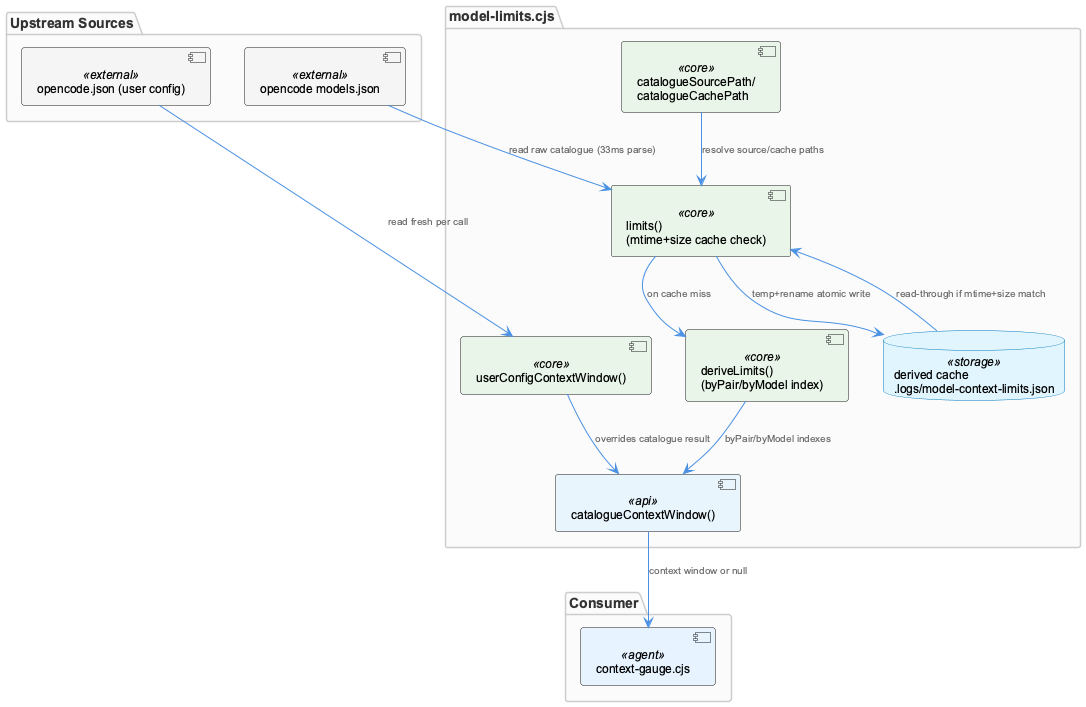
Above: knowledge-management/insights/images/model-context-limits-architecture.png in fwornle/coding (PlantUML), before the change. Source of this version:
```plantuml
@startuml
!include /Users/Q284340/Agentic/coding/docs/puml/_standard-style.puml

package "Upstream Sources" {
  component "opencode models.json" as modelsJson <<external>>
  component "opencode.json (user config)" as userConfig <<external>>
}

package "model-limits.cjs" {
  component "catalogueSourcePath/\ncatalogueCachePath" as paths <<core>>
  component "deriveLimits()\n(byPair/byModel index)" as derive <<core>>
  component "userConfigContextWindow()" as userWindow <<core>>
  component "limits()\n(mtime+size cache check)" as limitsFn <<core>>
  component "catalogueContextWindow()" as publicApi <<api>>
  database "derived cache\n.logs/model-context-limits.json" as cacheFile <<storage>>
}

package "Consumer" {
  component "context-gauge.cjs" as gauge <<agent>>
}

paths --> limitsFn : "resolve source/cache paths"
modelsJson --> limitsFn : "read raw catalogue (33ms parse)"
limitsFn --> cacheFile : "temp+rename atomic write"
cacheFile --> limitsFn : "read-through if mtime+size match"
limitsFn --> derive : "on cache miss"
derive --> publicApi : "byPair/byModel indexes"
userConfig --> userWindow : "read fresh per call"
userWindow --> publicApi : "overrides catalogue result"
publicApi --> gauge : "context window or null"

@enduml
```
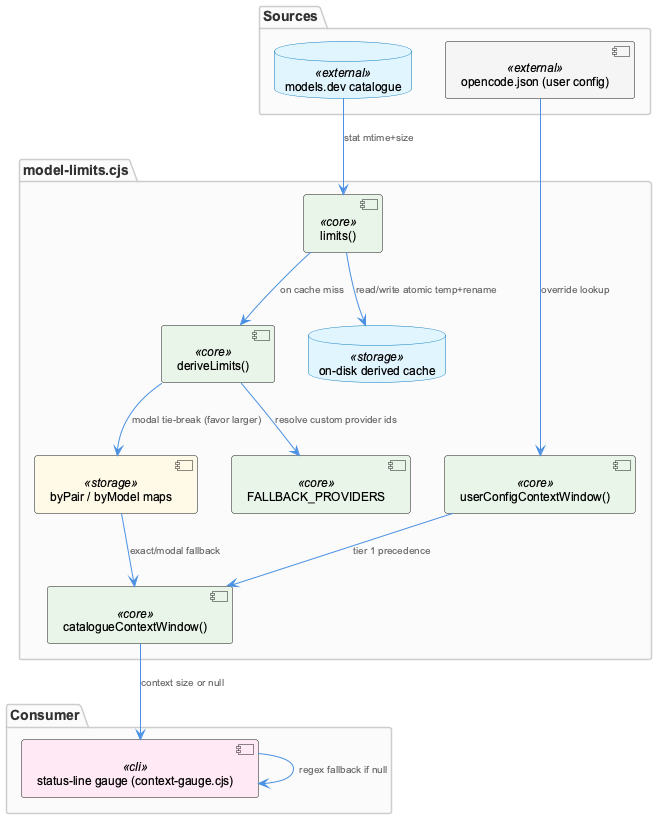
The same file after the commit.

Diff of the diagram source:
```diff
@@ -1,32 +1,36 @@
 @startuml
 !include /Users/Q284340/Agentic/coding/docs/puml/_standard-style.puml
 
-package "Upstream Sources" {
-  component "opencode models.json" as modelsJson <<external>>
-  component "opencode.json (user config)" as userConfig <<external>>
+package "Sources" {
+  database "models.dev catalogue" as catalogue <<external>>
+  component "opencode.json (user config)" as userconfig <<external>>
 }
 
 package "model-limits.cjs" {
-  component "catalogueSourcePath/\ncatalogueCachePath" as paths <<core>>
-  component "deriveLimits()\n(byPair/byModel index)" as derive <<core>>
-  component "userConfigContextWindow()" as userWindow <<core>>
-  component "limits()\n(mtime+size cache check)" as limitsFn <<core>>
-  component "catalogueContextWindow()" as publicApi <<api>>
-  database "derived cache\n.logs/model-context-limits.json" as cacheFile <<storage>>
+  component "limits()" as limits <<core>>
+  component "deriveLimits()" as derive <<core>>
+  component "byPair / byModel maps" as maps <<storage>>
+  component "FALLBACK_PROVIDERS" as fallback <<core>>
+  component "userConfigContextWindow()" as userwin <<core>>
+  component "catalogueContextWindow()" as catwin <<core>>
+  database "on-disk derived cache" as diskcache <<storage>>
 }
 
 package "Consumer" {
-  component "context-gauge.cjs" as gauge <<agent>>
+  component "status-line gauge (context-gauge.cjs)" as gauge <<cli>>
 }
 
-paths --> limitsFn : "resolve source/cache paths"
-modelsJson --> limitsFn : "read raw catalogue (33ms parse)"
-limitsFn --> cacheFile : "temp+rename atomic write"
-cacheFile --> limitsFn : "read-through if mtime+size match"
-limitsFn --> derive : "on cache miss"
-derive --> publicApi : "byPair/byModel indexes"
-userConfig --> userWindow : "read fresh per call"
-userWindow --> publicApi : "overrides catalogue result"
-publicApi --> gauge : "context window or null"
+catalogue --> limits : "stat mtime+size"
+limits --> diskcache : "read/write atomic temp+rename"
+limits --> derive : "on cache miss"
+derive --> fallback : "resolve custom provider ids"
+derive --> maps : "modal tie-break (favor larger)"
+
+userconfig --> userwin : "override lookup"
+maps --> catwin : "exact/modal fallback"
+userwin --> catwin : "tier 1 precedence"
+
+catwin --> gauge : "context size or null"
+gauge --> gauge : "regex fallback if null"
 
 @enduml
```
